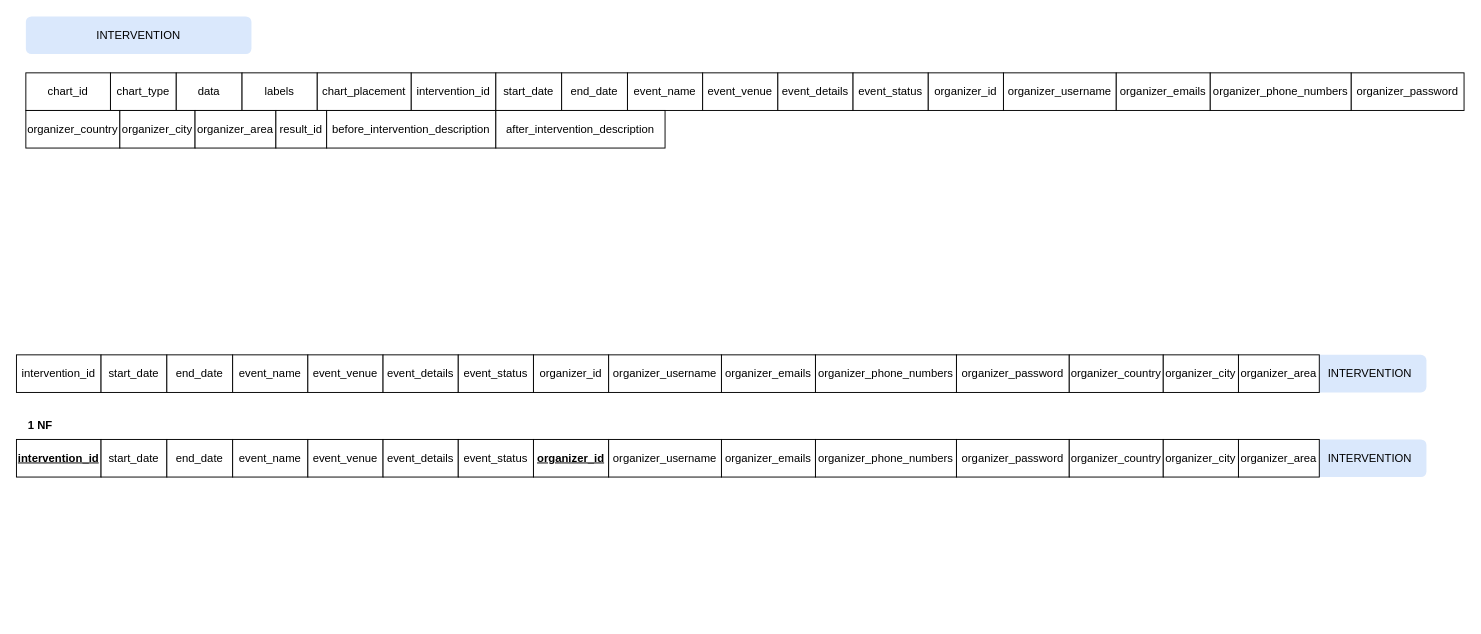
This is normalization.drawio from BloodRiver/public-health-interventions, a draw.io file, before an edit. Source tidied: cells renumbered, new cells numbered last; positions are measured from the earlier drawing's top-left corner, leaving out a move shared by most shapes. Both pictures are drawn from the tidied source at 94%, with x=0, y=0 at pixel (16, 16).
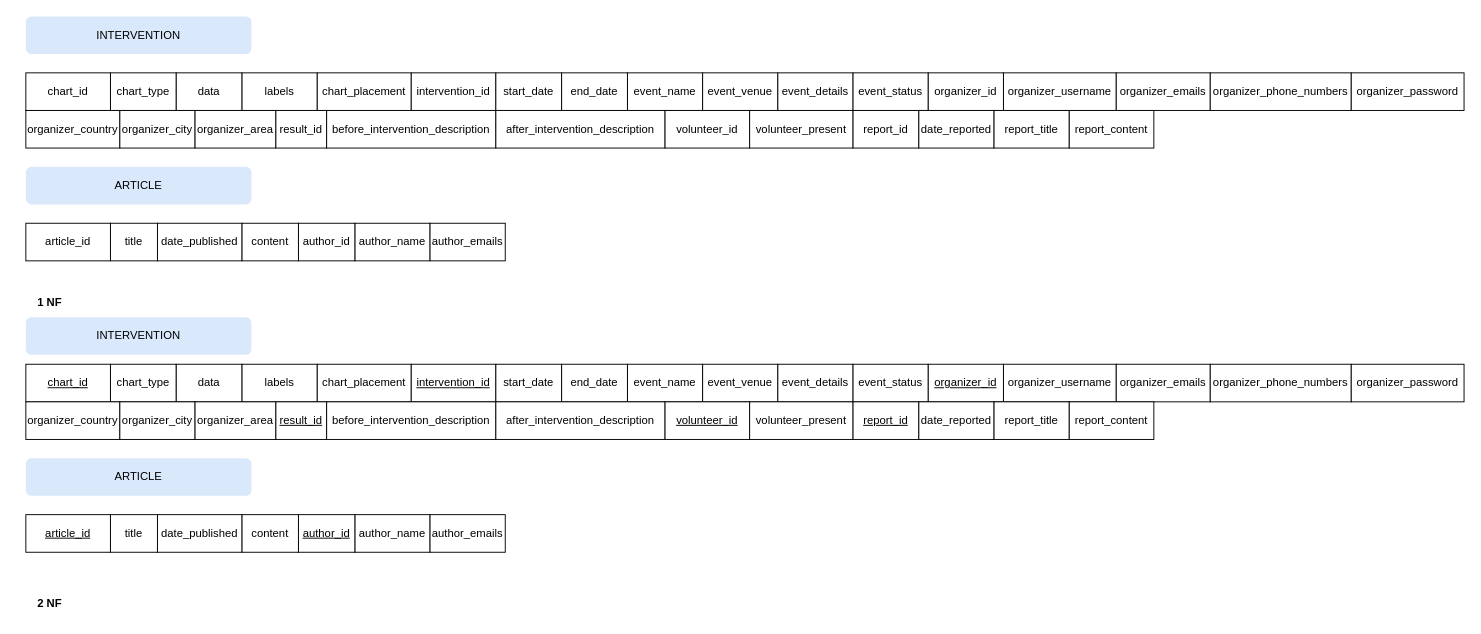
The same diagram, later.

Diff of the diagram source:
```diff
@@
-    <mxCell id="2" value="INTERVENTION" style="rounded=1;whiteSpace=wrap;html=1;fillColor=#dae8fc;strokeColor=none;" parent="1" vertex="1">
-      <mxGeometry x="1380" y="360" width="120" height="40" as="geometry" />
-    </mxCell>
@@
-    <mxCell id="4" value="intervention_id" style="rounded=0;whiteSpace=wrap;html=1;" parent="1" vertex="1">
-      <mxGeometry y="360" width="90" height="40" as="geometry" />
-    </mxCell>
-    <mxCell id="5" value="start_date" style="rounded=0;whiteSpace=wrap;html=1;" parent="1" vertex="1">
-      <mxGeometry x="90" y="360" width="70" height="40" as="geometry" />
-    </mxCell>
-    <mxCell id="6" value="end_date" style="rounded=0;whiteSpace=wrap;html=1;" parent="1" vertex="1">
-      <mxGeometry x="160" y="360" width="70" height="40" as="geometry" />
-    </mxCell>
-    <mxCell id="7" value="event_name" style="rounded=0;whiteSpace=wrap;html=1;" parent="1" vertex="1">
-      <mxGeometry x="230" y="360" width="80" height="40" as="geometry" />
-    </mxCell>
-    <mxCell id="8" value="event_venue" style="rounded=0;whiteSpace=wrap;html=1;" parent="1" vertex="1">
-      <mxGeometry x="310" y="360" width="80" height="40" as="geometry" />
-    </mxCell>
-    <mxCell id="9" value="event_details" style="rounded=0;whiteSpace=wrap;html=1;" parent="1" vertex="1">
-      <mxGeometry x="390" y="360" width="80" height="40" as="geometry" />
-    </mxCell>
-    <mxCell id="10" value="event_status" style="rounded=0;whiteSpace=wrap;html=1;" parent="1" vertex="1">
-      <mxGeometry x="470" y="360" width="80" height="40" as="geometry" />
-    </mxCell>
-    <mxCell id="11" value="organizer_id" style="rounded=0;whiteSpace=wrap;html=1;" parent="1" vertex="1">
-      <mxGeometry x="550" y="360" width="80" height="40" as="geometry" />
-    </mxCell>
-    <mxCell id="12" value="organizer_username" style="rounded=0;whiteSpace=wrap;html=1;" parent="1" vertex="1">
-      <mxGeometry x="630" y="360" width="120" height="40" as="geometry" />
-    </mxCell>
-    <mxCell id="13" value="organizer_emails" style="rounded=0;whiteSpace=wrap;html=1;" parent="1" vertex="1">
-      <mxGeometry x="750" y="360" width="100" height="40" as="geometry" />
-    </mxCell>
-    <mxCell id="14" value="organizer_phone_numbers" style="rounded=0;whiteSpace=wrap;html=1;" parent="1" vertex="1">
-      <mxGeometry x="850" y="360" width="150" height="40" as="geometry" />
-    </mxCell>
-    <mxCell id="15" value="organizer_password" style="rounded=0;whiteSpace=wrap;html=1;" parent="1" vertex="1">
-      <mxGeometry x="1000" y="360" width="120" height="40" as="geometry" />
-    </mxCell>
-    <mxCell id="16" value="organizer_country" style="rounded=0;whiteSpace=wrap;html=1;" parent="1" vertex="1">
-      <mxGeometry x="1120" y="360" width="100" height="40" as="geometry" />
-    </mxCell>
-    <mxCell id="17" value="organizer_city" style="rounded=0;whiteSpace=wrap;html=1;" parent="1" vertex="1">
-      <mxGeometry x="1220" y="360" width="80" height="40" as="geometry" />
-    </mxCell>
-    <mxCell id="18" value="organizer_area" style="rounded=0;whiteSpace=wrap;html=1;" parent="1" vertex="1">
-      <mxGeometry x="1300" y="360" width="86" height="40" as="geometry" />
-    </mxCell>
     <mxCell id="19" value="&lt;b&gt;1 NF&lt;/b&gt;" style="text;html=1;align=center;verticalAlign=middle;strokeColor=none;fillColor=none;" parent="1" vertex="1">
-      <mxGeometry y="420" width="50" height="30" as="geometry" />
+      <mxGeometry x="10" y="290" width="50" height="30" as="geometry" />
     </mxCell>
-    <mxCell id="20" value="INTERVENTION" style="rounded=1;whiteSpace=wrap;html=1;fillColor=#dae8fc;strokeColor=none;" parent="1" vertex="1">
-      <mxGeometry x="1380" y="450" width="120" height="40" as="geometry" />
-    </mxCell>
-    <mxCell id="21" value="intervention_id" style="rounded=0;whiteSpace=wrap;html=1;fontStyle=5;" parent="1" vertex="1">
-      <mxGeometry y="450" width="90" height="40" as="geometry" />
-    </mxCell>
-    <mxCell id="22" value="start_date" style="rounded=0;whiteSpace=wrap;html=1;" parent="1" vertex="1">
-      <mxGeometry x="90" y="450" width="70" height="40" as="geometry" />
-    </mxCell>
-    <mxCell id="23" value="end_date" style="rounded=0;whiteSpace=wrap;html=1;" parent="1" vertex="1">
-      <mxGeometry x="160" y="450" width="70" height="40" as="geometry" />
-    </mxCell>
-    <mxCell id="24" value="event_name" style="rounded=0;whiteSpace=wrap;html=1;" parent="1" vertex="1">
-      <mxGeometry x="230" y="450" width="80" height="40" as="geometry" />
-    </mxCell>
-    <mxCell id="25" value="event_venue" style="rounded=0;whiteSpace=wrap;html=1;" parent="1" vertex="1">
-      <mxGeometry x="310" y="450" width="80" height="40" as="geometry" />
-    </mxCell>
-    <mxCell id="26" value="event_details" style="rounded=0;whiteSpace=wrap;html=1;" parent="1" vertex="1">
-      <mxGeometry x="390" y="450" width="80" height="40" as="geometry" />
-    </mxCell>
-    <mxCell id="27" value="event_status" style="rounded=0;whiteSpace=wrap;html=1;" parent="1" vertex="1">
-      <mxGeometry x="470" y="450" width="80" height="40" as="geometry" />
-    </mxCell>
-    <mxCell id="28" value="organizer_id" style="rounded=0;whiteSpace=wrap;html=1;fontStyle=5;" parent="1" vertex="1">
-      <mxGeometry x="550" y="450" width="80" height="40" as="geometry" />
-    </mxCell>
-    <mxCell id="29" value="organizer_username" style="rounded=0;whiteSpace=wrap;html=1;" parent="1" vertex="1">
-      <mxGeometry x="630" y="450" width="120" height="40" as="geometry" />
-    </mxCell>
-    <mxCell id="30" value="organizer_emails" style="rounded=0;whiteSpace=wrap;html=1;" parent="1" vertex="1">
-      <mxGeometry x="750" y="450" width="100" height="40" as="geometry" />
-    </mxCell>
-    <mxCell id="31" value="organizer_phone_numbers" style="rounded=0;whiteSpace=wrap;html=1;" parent="1" vertex="1">
-      <mxGeometry x="850" y="450" width="150" height="40" as="geometry" />
-    </mxCell>
-    <mxCell id="32" value="organizer_password" style="rounded=0;whiteSpace=wrap;html=1;" parent="1" vertex="1">
-      <mxGeometry x="1000" y="450" width="120" height="40" as="geometry" />
-    </mxCell>
-    <mxCell id="33" value="organizer_country" style="rounded=0;whiteSpace=wrap;html=1;" parent="1" vertex="1">
-      <mxGeometry x="1120" y="450" width="100" height="40" as="geometry" />
-    </mxCell>
-    <mxCell id="34" value="organizer_city" style="rounded=0;whiteSpace=wrap;html=1;" parent="1" vertex="1">
-      <mxGeometry x="1220" y="450" width="80" height="40" as="geometry" />
-    </mxCell>
-    <mxCell id="35" value="organizer_area" style="rounded=0;whiteSpace=wrap;html=1;" parent="1" vertex="1">
-      <mxGeometry x="1300" y="450" width="86" height="40" as="geometry" />
-    </mxCell>
@@
+    <mxCell id="59" value="volunteer_id" style="rounded=0;whiteSpace=wrap;html=1;" parent="1" vertex="1">
+      <mxGeometry x="690" y="100" width="90" height="40" as="geometry" />
+    </mxCell>
+    <mxCell id="60" value="volunteer_present" style="rounded=0;whiteSpace=wrap;html=1;" parent="1" vertex="1">
+      <mxGeometry x="780" y="100" width="110" height="40" as="geometry" />
+    </mxCell>
+    <mxCell id="61" value="report_id" style="rounded=0;whiteSpace=wrap;html=1;" parent="1" vertex="1">
+      <mxGeometry x="890" y="100" width="70" height="40" as="geometry" />
+    </mxCell>
+    <mxCell id="62" value="date_reported" style="rounded=0;whiteSpace=wrap;html=1;" parent="1" vertex="1">
+      <mxGeometry x="960" y="100" width="80" height="40" as="geometry" />
+    </mxCell>
+    <mxCell id="63" value="report_title" style="rounded=0;whiteSpace=wrap;html=1;" parent="1" vertex="1">
+      <mxGeometry x="1040" y="100" width="80" height="40" as="geometry" />
+    </mxCell>
+    <mxCell id="64" value="report_content" style="rounded=0;whiteSpace=wrap;html=1;" parent="1" vertex="1">
+      <mxGeometry x="1120" y="100" width="90" height="40" as="geometry" />
+    </mxCell>
+    <mxCell id="65" value="chart_id" style="rounded=0;whiteSpace=wrap;html=1;fontStyle=4;" parent="1" vertex="1">
+      <mxGeometry x="10" y="370" width="90" height="40" as="geometry" />
+    </mxCell>
+    <mxCell id="66" value="chart_type" style="rounded=0;whiteSpace=wrap;html=1;" parent="1" vertex="1">
+      <mxGeometry x="100" y="370" width="70" height="40" as="geometry" />
+    </mxCell>
+    <mxCell id="67" value="data" style="rounded=0;whiteSpace=wrap;html=1;" parent="1" vertex="1">
+      <mxGeometry x="170" y="370" width="70" height="40" as="geometry" />
+    </mxCell>
+    <mxCell id="68" value="labels" style="rounded=0;whiteSpace=wrap;html=1;" parent="1" vertex="1">
+      <mxGeometry x="240" y="370" width="80" height="40" as="geometry" />
+    </mxCell>
+    <mxCell id="69" value="chart_placement" style="rounded=0;whiteSpace=wrap;html=1;" parent="1" vertex="1">
+      <mxGeometry x="320" y="370" width="100" height="40" as="geometry" />
+    </mxCell>
+    <mxCell id="70" value="intervention_id" style="rounded=0;whiteSpace=wrap;html=1;fontStyle=4;" parent="1" vertex="1">
+      <mxGeometry x="420" y="370" width="90" height="40" as="geometry" />
+    </mxCell>
+    <mxCell id="71" value="start_date" style="rounded=0;whiteSpace=wrap;html=1;" parent="1" vertex="1">
+      <mxGeometry x="510" y="370" width="70" height="40" as="geometry" />
+    </mxCell>
+    <mxCell id="72" value="end_date" style="rounded=0;whiteSpace=wrap;html=1;" parent="1" vertex="1">
+      <mxGeometry x="580" y="370" width="70" height="40" as="geometry" />
+    </mxCell>
+    <mxCell id="73" value="event_name" style="rounded=0;whiteSpace=wrap;html=1;" parent="1" vertex="1">
+      <mxGeometry x="650" y="370" width="80" height="40" as="geometry" />
+    </mxCell>
+    <mxCell id="74" value="event_venue" style="rounded=0;whiteSpace=wrap;html=1;" parent="1" vertex="1">
+      <mxGeometry x="730" y="370" width="80" height="40" as="geometry" />
+    </mxCell>
+    <mxCell id="75" value="event_details" style="rounded=0;whiteSpace=wrap;html=1;" parent="1" vertex="1">
+      <mxGeometry x="810" y="370" width="80" height="40" as="geometry" />
+    </mxCell>
+    <mxCell id="76" value="event_status" style="rounded=0;whiteSpace=wrap;html=1;" parent="1" vertex="1">
+      <mxGeometry x="890" y="370" width="80" height="40" as="geometry" />
+    </mxCell>
+    <mxCell id="77" value="organizer_id" style="rounded=0;whiteSpace=wrap;html=1;fontStyle=4;" parent="1" vertex="1">
+      <mxGeometry x="970" y="370" width="80" height="40" as="geometry" />
+    </mxCell>
+    <mxCell id="78" value="organizer_username" style="rounded=0;whiteSpace=wrap;html=1;" parent="1" vertex="1">
+      <mxGeometry x="1050" y="370" width="120" height="40" as="geometry" />
+    </mxCell>
+    <mxCell id="79" value="organizer_emails" style="rounded=0;whiteSpace=wrap;html=1;" parent="1" vertex="1">
+      <mxGeometry x="1170" y="370" width="100" height="40" as="geometry" />
+    </mxCell>
+    <mxCell id="80" value="organizer_phone_numbers" style="rounded=0;whiteSpace=wrap;html=1;" parent="1" vertex="1">
+      <mxGeometry x="1270" y="370" width="150" height="40" as="geometry" />
+    </mxCell>
+    <mxCell id="81" value="organizer_password" style="rounded=0;whiteSpace=wrap;html=1;" parent="1" vertex="1">
+      <mxGeometry x="1420" y="370" width="120" height="40" as="geometry" />
+    </mxCell>
+    <mxCell id="82" value="organizer_country" style="rounded=0;whiteSpace=wrap;html=1;" parent="1" vertex="1">
+      <mxGeometry x="10" y="410" width="100" height="40" as="geometry" />
+    </mxCell>
+    <mxCell id="83" value="organizer_city" style="rounded=0;whiteSpace=wrap;html=1;" parent="1" vertex="1">
+      <mxGeometry x="110" y="410" width="80" height="40" as="geometry" />
+    </mxCell>
+    <mxCell id="84" value="organizer_area" style="rounded=0;whiteSpace=wrap;html=1;" parent="1" vertex="1">
+      <mxGeometry x="190" y="410" width="86" height="40" as="geometry" />
+    </mxCell>
+    <mxCell id="85" value="result_id" style="rounded=0;whiteSpace=wrap;html=1;fontStyle=4;" parent="1" vertex="1">
+      <mxGeometry x="276" y="410" width="54" height="40" as="geometry" />
+    </mxCell>
+    <mxCell id="86" value="before_intervention_description" style="rounded=0;whiteSpace=wrap;html=1;" parent="1" vertex="1">
+      <mxGeometry x="330" y="410" width="180" height="40" as="geometry" />
+    </mxCell>
+    <mxCell id="87" value="after_intervention_description" style="rounded=0;whiteSpace=wrap;html=1;" parent="1" vertex="1">
+      <mxGeometry x="510" y="410" width="180" height="40" as="geometry" />
+    </mxCell>
+    <mxCell id="88" value="volunteer_id" style="rounded=0;whiteSpace=wrap;html=1;fontStyle=4;" parent="1" vertex="1">
+      <mxGeometry x="690" y="410" width="90" height="40" as="geometry" />
+    </mxCell>
+    <mxCell id="89" value="volunteer_present" style="rounded=0;whiteSpace=wrap;html=1;" parent="1" vertex="1">
+      <mxGeometry x="780" y="410" width="110" height="40" as="geometry" />
+    </mxCell>
+    <mxCell id="90" value="report_id" style="rounded=0;whiteSpace=wrap;html=1;fontStyle=4;" parent="1" vertex="1">
+      <mxGeometry x="890" y="410" width="70" height="40" as="geometry" />
+    </mxCell>
+    <mxCell id="91" value="date_reported" style="rounded=0;whiteSpace=wrap;html=1;" parent="1" vertex="1">
+      <mxGeometry x="960" y="410" width="80" height="40" as="geometry" />
+    </mxCell>
+    <mxCell id="92" value="report_title" style="rounded=0;whiteSpace=wrap;html=1;" parent="1" vertex="1">
+      <mxGeometry x="1040" y="410" width="80" height="40" as="geometry" />
+    </mxCell>
+    <mxCell id="93" value="report_content" style="rounded=0;whiteSpace=wrap;html=1;" parent="1" vertex="1">
+      <mxGeometry x="1120" y="410" width="90" height="40" as="geometry" />
+    </mxCell>
+    <mxCell id="94" value="article_id" style="rounded=0;whiteSpace=wrap;html=1;" parent="1" vertex="1">
+      <mxGeometry x="10" y="220" width="90" height="40" as="geometry" />
+    </mxCell>
+    <mxCell id="95" value="title" style="rounded=0;whiteSpace=wrap;html=1;" parent="1" vertex="1">
+      <mxGeometry x="100" y="220" width="50" height="40" as="geometry" />
+    </mxCell>
+    <mxCell id="96" value="date_published" style="rounded=0;whiteSpace=wrap;html=1;" parent="1" vertex="1">
+      <mxGeometry x="150" y="220" width="90" height="40" as="geometry" />
+    </mxCell>
+    <mxCell id="97" value="content" style="rounded=0;whiteSpace=wrap;html=1;" parent="1" vertex="1">
+      <mxGeometry x="240" y="220" width="60" height="40" as="geometry" />
+    </mxCell>
+    <mxCell id="98" value="author_name" style="rounded=0;whiteSpace=wrap;html=1;" parent="1" vertex="1">
+      <mxGeometry x="360" y="220" width="80" height="40" as="geometry" />
+    </mxCell>
+    <mxCell id="99" value="author_emails" style="rounded=0;whiteSpace=wrap;html=1;" parent="1" vertex="1">
+      <mxGeometry x="440" y="220" width="80" height="40" as="geometry" />
+    </mxCell>
+    <mxCell id="100" value="ARTICLE" style="rounded=1;whiteSpace=wrap;html=1;fillColor=#dae8fc;strokeColor=none;" parent="1" vertex="1">
+      <mxGeometry x="10" y="160" width="240" height="40" as="geometry" />
+    </mxCell>
+    <mxCell id="101" value="author_id" style="rounded=0;whiteSpace=wrap;html=1;" parent="1" vertex="1">
+      <mxGeometry x="300" y="220" width="60" height="40" as="geometry" />
+    </mxCell>
+    <mxCell id="102" value="INTERVENTION" style="rounded=1;whiteSpace=wrap;html=1;fillColor=#dae8fc;strokeColor=none;" parent="1" vertex="1">
+      <mxGeometry x="10" y="320" width="240" height="40" as="geometry" />
+    </mxCell>
+    <mxCell id="103" value="article_id" style="rounded=0;whiteSpace=wrap;html=1;fontStyle=4;" parent="1" vertex="1">
+      <mxGeometry x="10" y="530" width="90" height="40" as="geometry" />
+    </mxCell>
+    <mxCell id="104" value="title" style="rounded=0;whiteSpace=wrap;html=1;" parent="1" vertex="1">
+      <mxGeometry x="100" y="530" width="50" height="40" as="geometry" />
+    </mxCell>
+    <mxCell id="105" value="date_published" style="rounded=0;whiteSpace=wrap;html=1;" parent="1" vertex="1">
+      <mxGeometry x="150" y="530" width="90" height="40" as="geometry" />
+    </mxCell>
+    <mxCell id="106" value="content" style="rounded=0;whiteSpace=wrap;html=1;" parent="1" vertex="1">
+      <mxGeometry x="240" y="530" width="60" height="40" as="geometry" />
+    </mxCell>
+    <mxCell id="107" value="author_name" style="rounded=0;whiteSpace=wrap;html=1;" parent="1" vertex="1">
+      <mxGeometry x="360" y="530" width="80" height="40" as="geometry" />
+    </mxCell>
+    <mxCell id="108" value="author_emails" style="rounded=0;whiteSpace=wrap;html=1;" parent="1" vertex="1">
+      <mxGeometry x="440" y="530" width="80" height="40" as="geometry" />
+    </mxCell>
+    <mxCell id="109" value="ARTICLE" style="rounded=1;whiteSpace=wrap;html=1;fillColor=#dae8fc;strokeColor=none;" parent="1" vertex="1">
+      <mxGeometry x="10" y="470" width="240" height="40" as="geometry" />
+    </mxCell>
+    <mxCell id="110" value="author_id" style="rounded=0;whiteSpace=wrap;html=1;fontStyle=4;" parent="1" vertex="1">
+      <mxGeometry x="300" y="530" width="60" height="40" as="geometry" />
+    </mxCell>
+    <mxCell id="111" value="&lt;b&gt;2 NF&lt;/b&gt;" style="text;html=1;align=center;verticalAlign=middle;strokeColor=none;fillColor=none;" parent="1" vertex="1">
+      <mxGeometry x="10" y="610" width="50" height="30" as="geometry" />
+    </mxCell>
```
